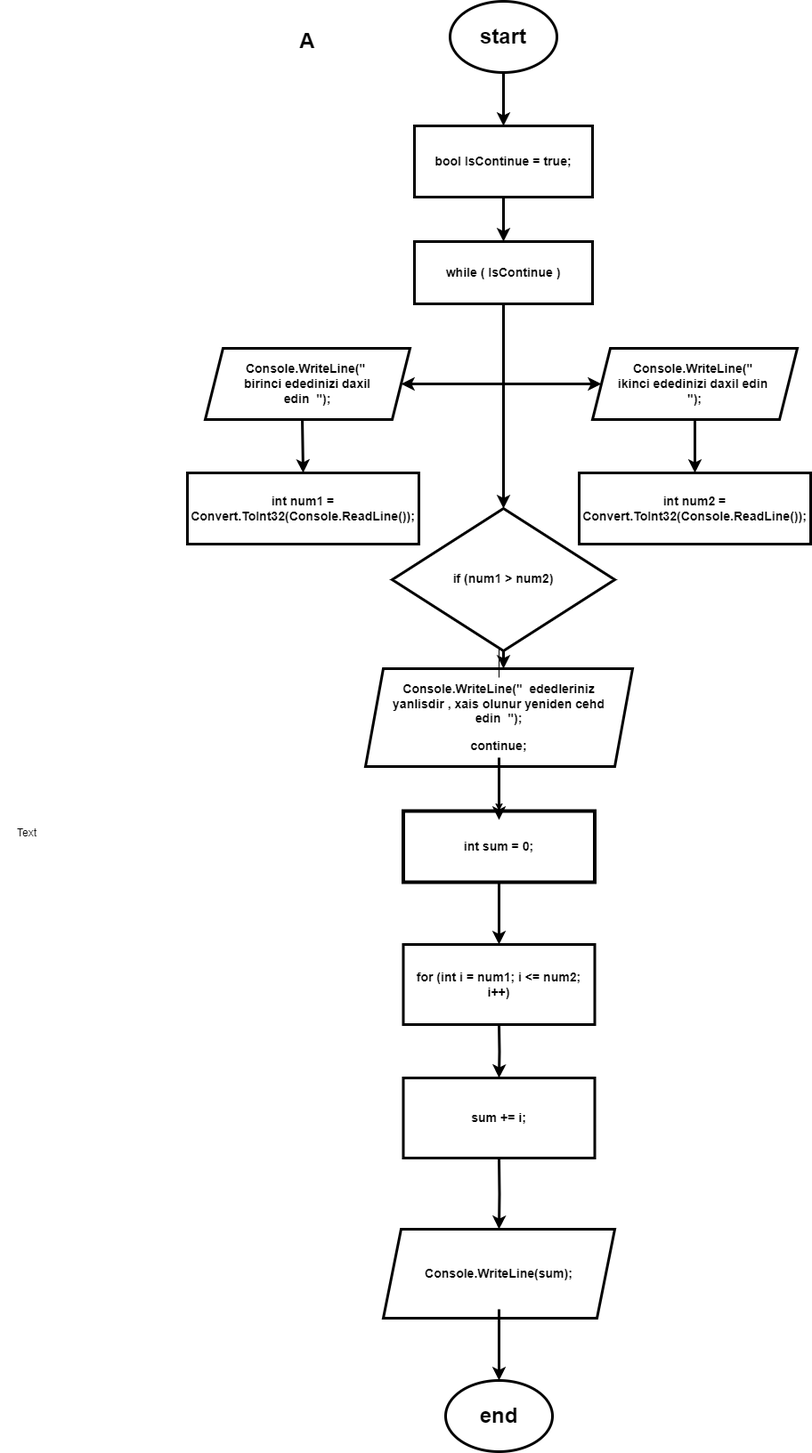
Before: flowchart task A.png, a diagram exported from draw.io (Mehemmed-Cf/assigment). Source tidied: cells renumbered, new cells last; positions are measured from the earlier drawing's top-left corner, leaving out a move shared by most shapes.
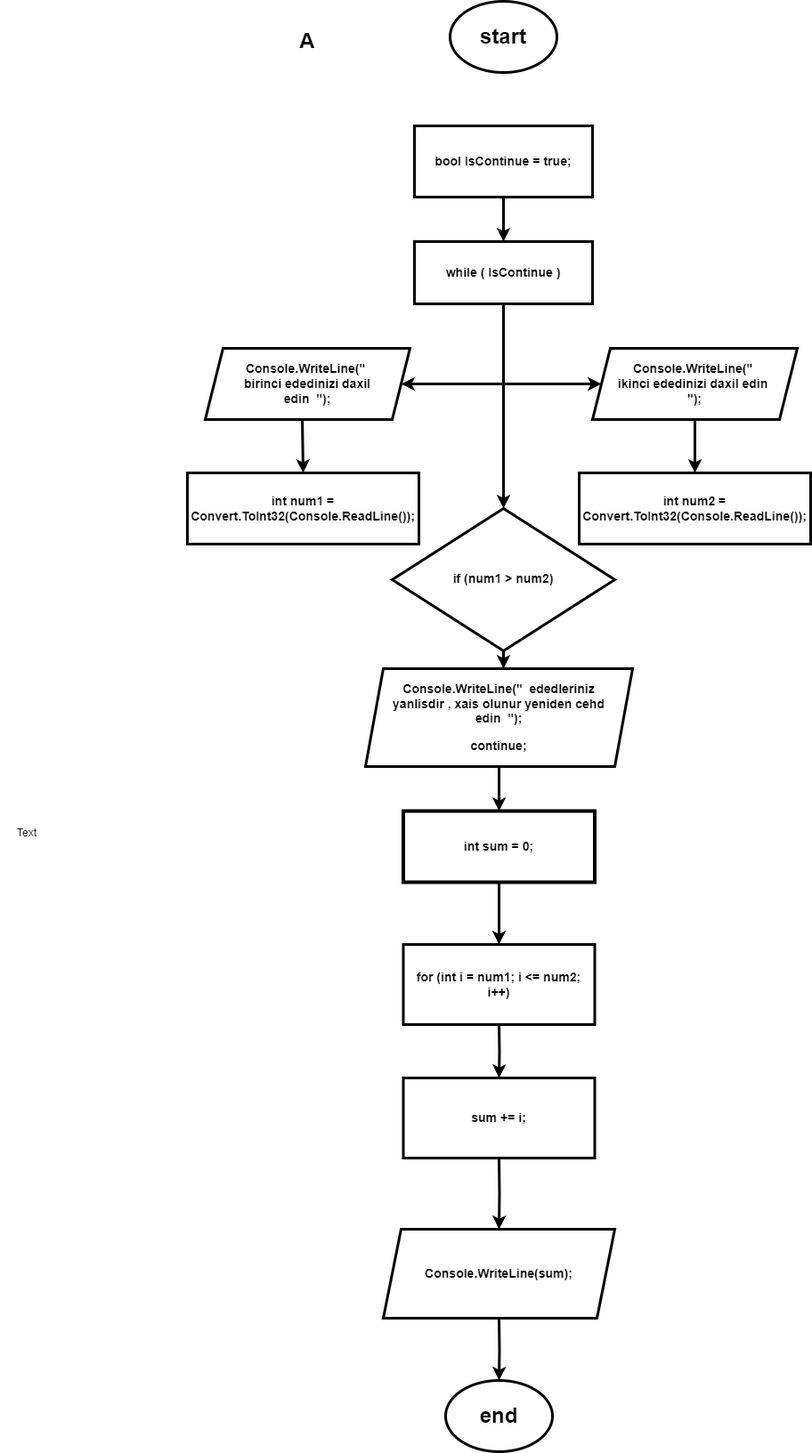
The same diagram one commit later.

Change to the diagram source:
```diff
@@ -2,7 +2,7 @@
   <root>
     <mxCell id="0" />
     <mxCell id="1" parent="0" />
-    <mxCell id="2" style="edgeStyle=orthogonalEdgeStyle;rounded=0;jettySize=auto;html=1;strokeWidth=3;" parent="1" edge="1" source="3">
+    <mxCell id="2" style="edgeStyle=orthogonalEdgeStyle;rounded=0;jettySize=auto;html=1;strokeWidth=3;strokeColor=#FFFFFF;" parent="1" edge="1" source="3">
       <mxGeometry relative="1" as="geometry">
         <mxPoint x="565" y="140" as="targetPoint" />
       </mxGeometry>
@@ -105,26 +105,22 @@
     <mxCell id="32" value="&lt;h3&gt;sum += i;&lt;/h3&gt;" style="text;html=1;strokeColor=none;fillColor=none;align=center;verticalAlign=middle;whiteSpace=wrap;rounded=0;" parent="1" vertex="1">
       <mxGeometry x="460" y="1220" width="200" height="70" as="geometry" />
     </mxCell>
-    <mxCell id="33" style="edgeStyle=orthogonalEdgeStyle;rounded=0;jettySize=auto;html=1;entryX=0.5;entryY=0;entryDx=0;entryDy=0;" parent="1" edge="1" source="34" target="24">
+    <mxCell id="33" style="edgeStyle=orthogonalEdgeStyle;rounded=0;jettySize=auto;html=1;entryX=0.5;entryY=0;entryDx=0;entryDy=0;strokeWidth=3;" parent="1" edge="1" source="34" target="24">
       <mxGeometry relative="1" as="geometry" />
     </mxCell>
     <mxCell id="34" style="shape=parallelogram;perimeter=parallelogramPerimeter;whiteSpace=wrap;html=1;fixedSize=1;perimeterSpacing=0;strokeWidth=3;" parent="1" vertex="1">
       <mxGeometry x="410" y="750" width="300" height="110" as="geometry" />
     </mxCell>
-    <mxCell id="35" style="edgeStyle=orthogonalEdgeStyle;rounded=0;jettySize=auto;html=1;strokeWidth=3;" parent="1" edge="1" source="37" target="26">
-      <mxGeometry relative="1" as="geometry" />
-    </mxCell>
-    <mxCell id="36" style="edgeStyle=orthogonalEdgeStyle;rounded=0;jettySize=auto;html=1;" parent="1" edge="1" source="37" target="42">
-      <mxGeometry relative="1" as="geometry" />
-    </mxCell>
     <mxCell id="37" value="&lt;h3&gt;Console.WriteLine(&quot;&amp;nbsp; ededleriniz yanlisdir , xais olunur yeniden cehd edin&amp;nbsp; &quot;);&lt;/h3&gt;&lt;h3&gt;continue;&lt;/h3&gt;" style="text;html=1;strokeColor=none;fillColor=none;align=center;verticalAlign=middle;whiteSpace=wrap;rounded=0;" parent="1" vertex="1">
       <mxGeometry x="430" y="760" width="260" height="90" as="geometry" />
     </mxCell>
     <mxCell id="38" style="shape=parallelogram;perimeter=parallelogramPerimeter;whiteSpace=wrap;html=1;fixedSize=1;strokeWidth=3;" parent="1" vertex="1">
       <mxGeometry x="430" y="1380" width="260" height="100" as="geometry" />
     </mxCell>
-    <mxCell id="39" style="edgeStyle=orthogonalEdgeStyle;rounded=0;jettySize=auto;html=1;entryX=0.5;entryY=0;entryDx=0;entryDy=0;strokeWidth=3;" parent="1" edge="1" source="40" target="43">
-      <mxGeometry relative="1" as="geometry" />
+    <mxCell id="39" style="edgeStyle=orthogonalEdgeStyle;rounded=0;jettySize=auto;html=1;entryX=0.5;entryY=0;entryDx=0;entryDy=0;strokeWidth=3;" parent="1" edge="1" target="43">
+      <mxGeometry relative="1" as="geometry">
+        <mxPoint x="560" y="1480" as="sourcePoint" />
+      </mxGeometry>
     </mxCell>
     <mxCell id="40" value="&lt;h3&gt;Console.WriteLine(sum);&lt;/h3&gt;" style="text;html=1;strokeColor=none;fillColor=none;align=center;verticalAlign=middle;whiteSpace=wrap;rounded=0;" parent="1" vertex="1">
       <mxGeometry x="450" y="1390" width="220" height="80" as="geometry" />
```
